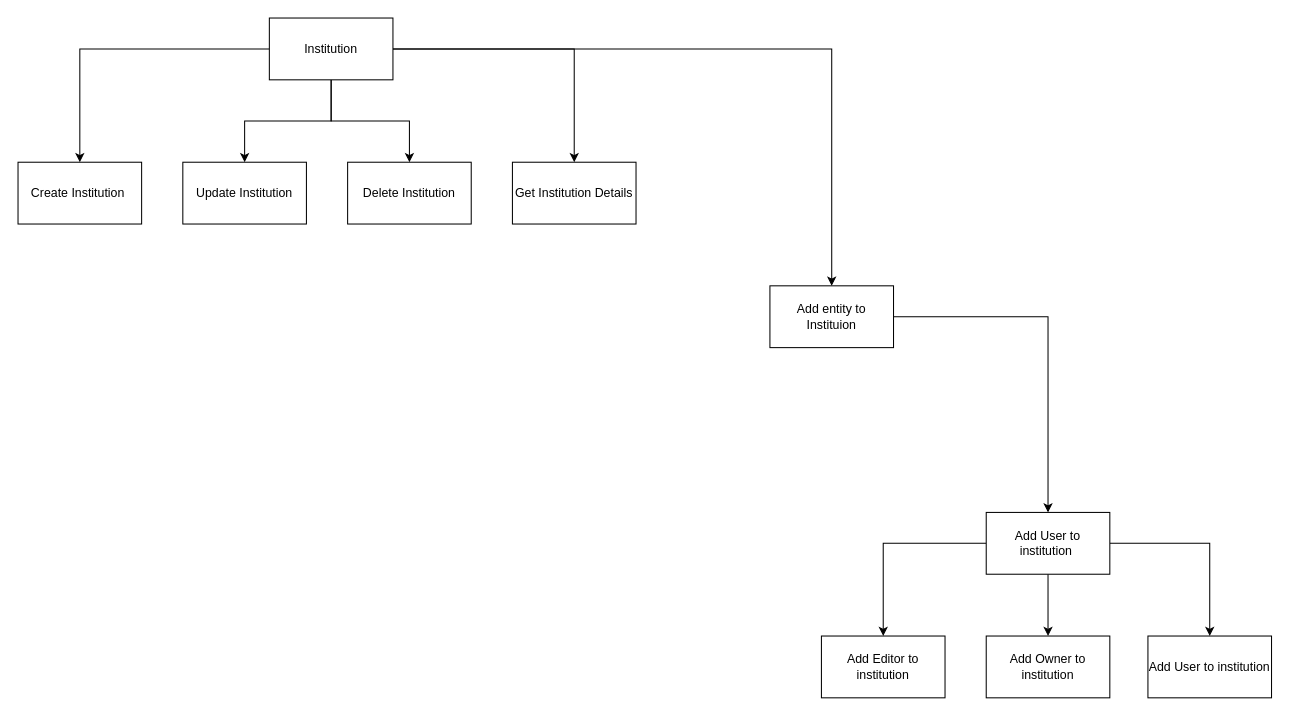
The draw.io diagram diagrams/FDD/Institution FDD.drawio in Apollo-LW/Apollo-LW, before the edit. Source tidied: cells renumbered, new cells numbered last; positions are measured from the earlier drawing's top-left corner, leaving out a move shared by most shapes. Both pictures are drawn from the tidied source at 103%, with x=0, y=0 at pixel (18, 18).
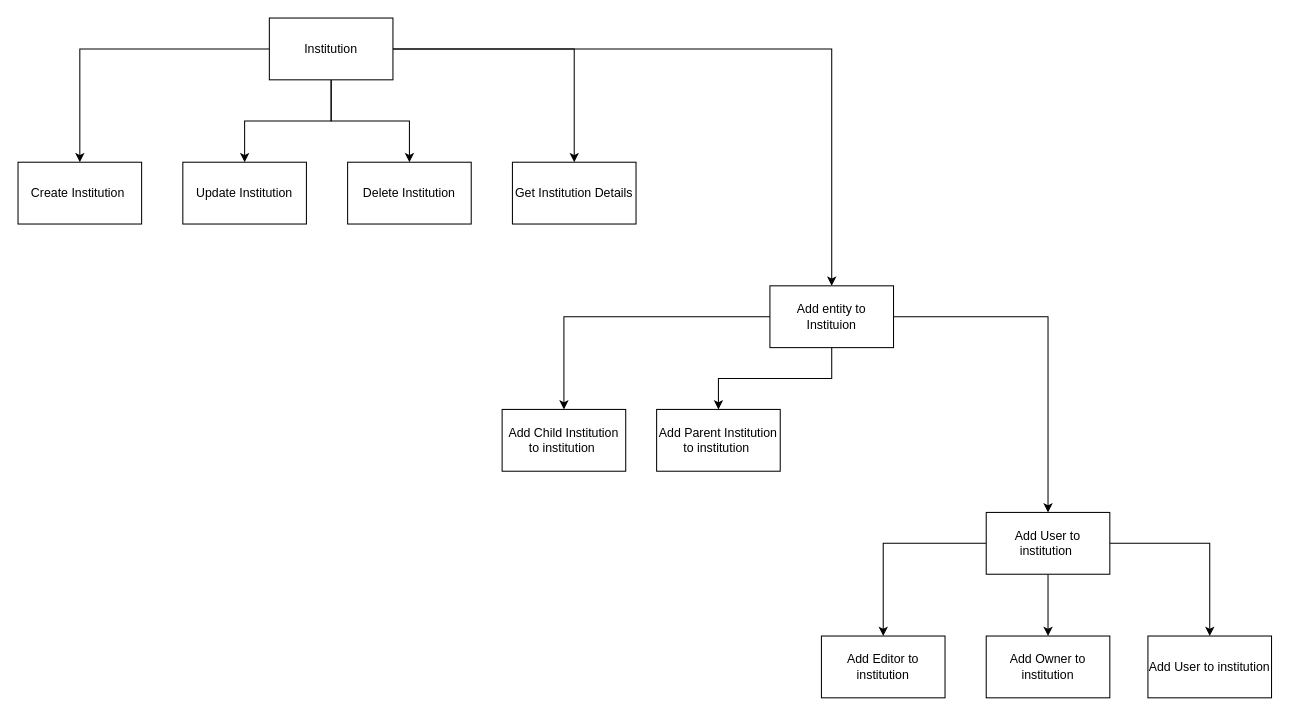
Above is the later version.

Commit message:
Add hierarchical structure functionality

Unchanged cells that the change refers to:
```xml
<mxCell id="13" value="Add entity to Instituion" style="rounded=0;whiteSpace=wrap;html=1;" parent="1" vertex="1">
  <mxGeometry x="730" y="260" width="120" height="60" as="geometry" />
</mxCell>
```

What changed in the source:
```diff
@@
+    <mxCell id="21" style="edgeStyle=orthogonalEdgeStyle;rounded=0;jettySize=auto;html=1;entryX=0.5;entryY=0;entryDx=0;entryDy=0;" parent="1" edge="1" source="13" target="23">
+      <mxGeometry relative="1" as="geometry" />
+    </mxCell>
+    <mxCell id="22" style="edgeStyle=orthogonalEdgeStyle;rounded=0;jettySize=auto;html=1;entryX=0.5;entryY=0;entryDx=0;entryDy=0;" parent="1" edge="1" source="13" target="24">
+      <mxGeometry relative="1" as="geometry" />
+    </mxCell>
@@
+    <mxCell id="23" value="Add Parent Institution to institution&amp;nbsp;" style="rounded=0;whiteSpace=wrap;html=1;" parent="1" vertex="1">
+      <mxGeometry x="620" y="380" width="120" height="60" as="geometry" />
+    </mxCell>
+    <mxCell id="24" value="Add Child Institution to institution&amp;nbsp;" style="rounded=0;whiteSpace=wrap;html=1;" parent="1" vertex="1">
+      <mxGeometry x="470" y="380" width="120" height="60" as="geometry" />
+    </mxCell>
```
